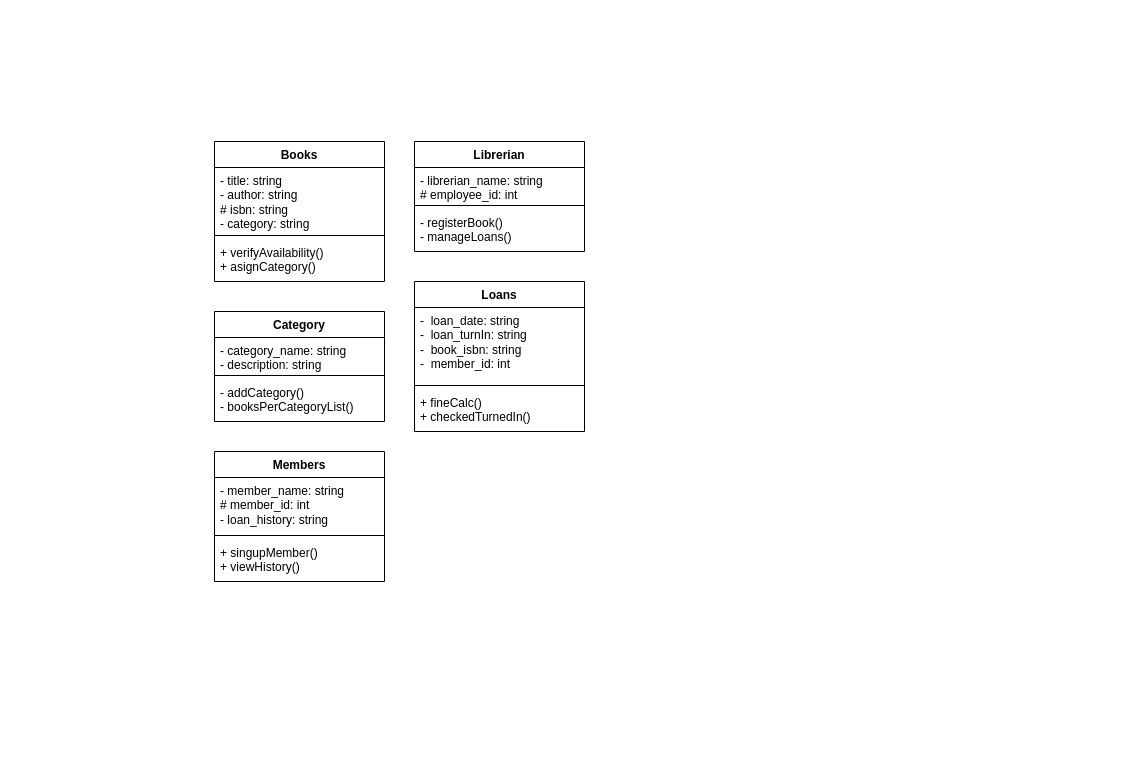
The draw.io diagram ut4/Pruebas draw.io/biblioteca.drawio in Alex-Doga/etsdam_alejandro, before the edit. Source tidied: cells renumbered, new cells numbered last; positions are measured from the earlier drawing's top-left corner, leaving out a move shared by most shapes. Both pictures are drawn from the tidied source at 100%, with x=0, y=0 at pixel (214, 141).
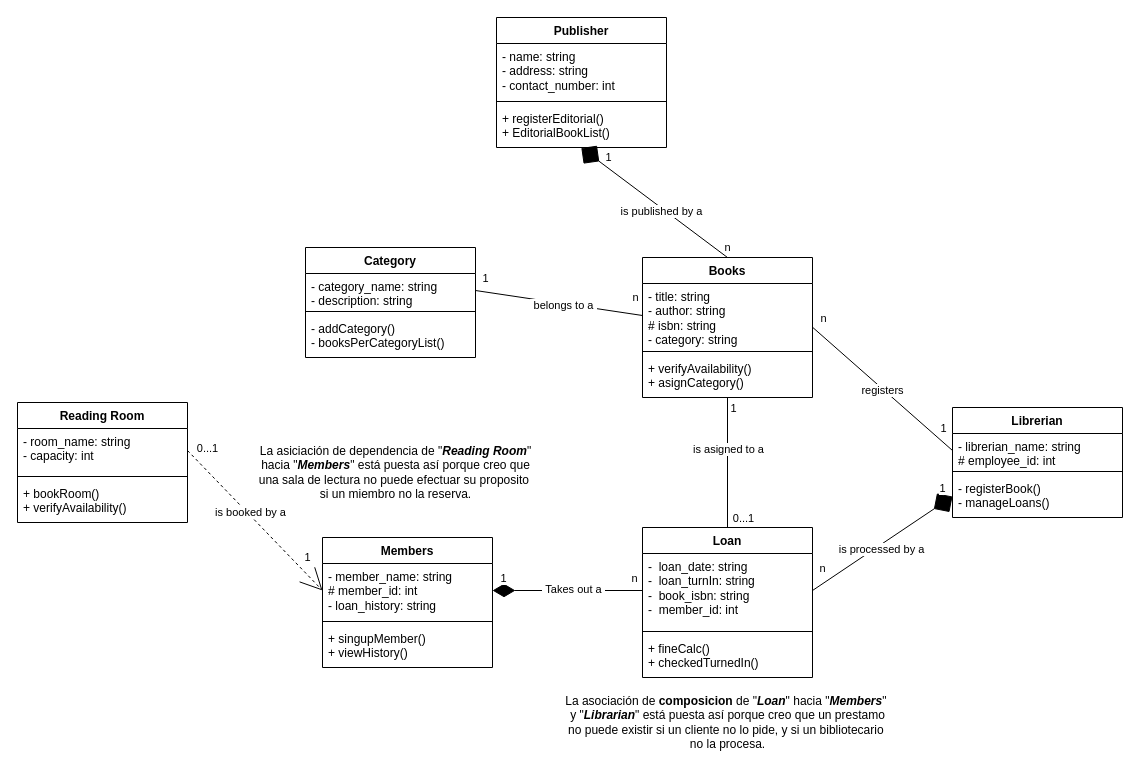
After the change.

Commit message:
Diagrama de clases de la libreria - TERMINADO

The change refers to these unchanged cells:
```xml
<mxCell id="3" value="- title: string&lt;div&gt;- author: string&lt;/div&gt;&lt;div&gt;# isbn: string&lt;/div&gt;&lt;div&gt;- category: string&lt;/div&gt;" style="text;strokeColor=none;fillColor=none;align=left;verticalAlign=top;spacingLeft=4;spacingRight=4;overflow=hidden;points=[[0,0.5],[1,0.5]];portConstraint=eastwest;whiteSpace=wrap;html=1;" parent="2" vertex="1">
  <mxGeometry y="26" width="170" height="64" as="geometry" />
</mxCell>
<mxCell id="5" value="+ verifyAvailability()&lt;div&gt;+ asignCategory()&lt;/div&gt;" style="text;strokeColor=none;fillColor=none;align=left;verticalAlign=top;spacingLeft=4;spacingRight=4;overflow=hidden;points=[[0,0.5],[1,0.5]];portConstraint=eastwest;whiteSpace=wrap;html=1;" parent="2" vertex="1">
  <mxGeometry y="98" width="170" height="42" as="geometry" />
</mxCell>
<mxCell id="7" value="- member_name: string&lt;div&gt;# member_id: int&lt;/div&gt;&lt;div&gt;- loan_history: string&lt;/div&gt;" style="text;strokeColor=none;fillColor=none;align=left;verticalAlign=top;spacingLeft=4;spacingRight=4;overflow=hidden;points=[[0,0.5],[1,0.5]];portConstraint=eastwest;whiteSpace=wrap;html=1;" parent="6" vertex="1">
  <mxGeometry y="26" width="170" height="54" as="geometry" />
</mxCell>
<mxCell id="11" value="-&amp;nbsp; loan_date: string&amp;nbsp;&lt;div&gt;-&amp;nbsp; loan_turnIn: string&lt;/div&gt;&lt;div&gt;-&amp;nbsp; book_isbn: string&lt;/div&gt;&lt;div&gt;-&amp;nbsp; member_id: int&amp;nbsp;&lt;/div&gt;" style="text;strokeColor=none;fillColor=none;align=left;verticalAlign=top;spacingLeft=4;spacingRight=4;overflow=hidden;points=[[0,0.5],[1,0.5]];portConstraint=eastwest;whiteSpace=wrap;html=1;" parent="10" vertex="1">
  <mxGeometry y="26" width="170" height="74" as="geometry" />
</mxCell>
<mxCell id="15" value="- librerian_name: string&lt;div&gt;# employee_id: int&lt;/div&gt;" style="text;strokeColor=none;fillColor=none;align=left;verticalAlign=top;spacingLeft=4;spacingRight=4;overflow=hidden;points=[[0,0.5],[1,0.5]];portConstraint=eastwest;whiteSpace=wrap;html=1;" parent="14" vertex="1">
  <mxGeometry y="26" width="170" height="34" as="geometry" />
</mxCell>
<mxCell id="17" value="- registerBook()&lt;div&gt;- manageLoans()&lt;/div&gt;" style="text;strokeColor=none;fillColor=none;align=left;verticalAlign=top;spacingLeft=4;spacingRight=4;overflow=hidden;points=[[0,0.5],[1,0.5]];portConstraint=eastwest;whiteSpace=wrap;html=1;" parent="14" vertex="1">
  <mxGeometry y="68" width="170" height="42" as="geometry" />
</mxCell>
<mxCell id="19" value="- category_name: string&lt;div&gt;- description: string&lt;/div&gt;" style="text;strokeColor=none;fillColor=none;align=left;verticalAlign=top;spacingLeft=4;spacingRight=4;overflow=hidden;points=[[0,0.5],[1,0.5]];portConstraint=eastwest;whiteSpace=wrap;html=1;" parent="18" vertex="1">
  <mxGeometry y="26" width="170" height="34" as="geometry" />
</mxCell>
```

Diff of the diagram source:
```diff
@@
     <mxCell id="2" value="Books" style="swimlane;fontStyle=1;align=center;verticalAlign=top;horizontal=1;startSize=26;whiteSpace=wrap;html=1;" parent="1" vertex="1">
-      <mxGeometry width="170" height="140" as="geometry" />
+      <mxGeometry x="428" y="116" width="170" height="140" as="geometry" />
     </mxCell>
@@
     <mxCell id="6" value="Members" style="swimlane;fontStyle=1;align=center;verticalAlign=top;horizontal=1;startSize=26;whiteSpace=wrap;html=1;" parent="1" vertex="1">
-      <mxGeometry y="310" width="170" height="130" as="geometry" />
+      <mxGeometry x="108" y="396" width="170" height="130" as="geometry" />
     </mxCell>
@@
-    <mxCell id="10" value="Loans" style="swimlane;fontStyle=1;align=center;verticalAlign=top;horizontal=1;startSize=26;whiteSpace=wrap;html=1;" parent="1" vertex="1">
-      <mxGeometry x="200" y="140" width="170" height="150" as="geometry" />
+    <mxCell id="10" value="Loan" style="swimlane;fontStyle=1;align=center;verticalAlign=top;horizontal=1;startSize=26;whiteSpace=wrap;html=1;" parent="1" vertex="1">
+      <mxGeometry x="428" y="386" width="170" height="150" as="geometry" />
     </mxCell>
@@
     <mxCell id="14" value="Librerian" style="swimlane;fontStyle=1;align=center;verticalAlign=top;horizontal=1;startSize=26;whiteSpace=wrap;html=1;" parent="1" vertex="1">
-      <mxGeometry x="200" width="170" height="110" as="geometry" />
+      <mxGeometry x="738" y="266" width="170" height="110" as="geometry" />
     </mxCell>
@@
     <mxCell id="18" value="Category" style="swimlane;fontStyle=1;align=center;verticalAlign=top;horizontal=1;startSize=26;whiteSpace=wrap;html=1;" parent="1" vertex="1">
-      <mxGeometry y="170" width="170" height="110" as="geometry" />
+      <mxGeometry x="91" y="106" width="170" height="110" as="geometry" />
     </mxCell>
@@
+    <mxCell id="22" value="Publisher" style="swimlane;fontStyle=1;align=center;verticalAlign=top;horizontal=1;startSize=26;whiteSpace=wrap;html=1;" parent="1" vertex="1">
+      <mxGeometry x="282" y="-124" width="170" height="130" as="geometry" />
+    </mxCell>
+    <mxCell id="23" value="- name: string&lt;div&gt;- address: string&lt;/div&gt;&lt;div&gt;- contact_number: int&lt;/div&gt;" style="text;strokeColor=none;fillColor=none;align=left;verticalAlign=top;spacingLeft=4;spacingRight=4;overflow=hidden;whiteSpace=wrap;html=1;" parent="22" vertex="1">
+      <mxGeometry y="26" width="170" height="54" as="geometry" />
+    </mxCell>
+    <mxCell id="24" style="line;strokeWidth=1;fillColor=none;align=left;verticalAlign=middle;spacingTop=-1;spacingLeft=3;spacingRight=3;labelPosition=right;strokeColor=inherit;" parent="22" vertex="1">
+      <mxGeometry y="80" width="170" height="8" as="geometry" />
+    </mxCell>
+    <mxCell id="25" value="+ registerEditorial()&lt;div&gt;+ EditorialBookList()&lt;/div&gt;" style="text;strokeColor=none;fillColor=none;align=left;verticalAlign=top;spacingLeft=4;spacingRight=4;overflow=hidden;points=[[0,0.5],[1,0.5]];portConstraint=eastwest;whiteSpace=wrap;html=1;" parent="22" vertex="1">
+      <mxGeometry y="88" width="170" height="42" as="geometry" />
+    </mxCell>
+    <mxCell id="26" value="Reading Room" style="swimlane;fontStyle=1;align=center;verticalAlign=top;horizontal=1;startSize=26;whiteSpace=wrap;html=1;" parent="1" vertex="1">
+      <mxGeometry x="-197" y="261" width="170" height="120" as="geometry" />
+    </mxCell>
+    <mxCell id="27" value="- room_name: string&lt;div&gt;- capacity: int&lt;/div&gt;" style="text;strokeColor=none;fillColor=none;align=left;verticalAlign=top;spacingLeft=4;spacingRight=4;overflow=hidden;points=[[0,0.5],[1,0.5]];portConstraint=eastwest;whiteSpace=wrap;html=1;" parent="26" vertex="1">
+      <mxGeometry y="26" width="170" height="44" as="geometry" />
+    </mxCell>
+    <mxCell id="28" style="line;strokeWidth=1;fillColor=none;align=left;verticalAlign=middle;spacingTop=-1;spacingLeft=3;spacingRight=3;labelPosition=right;strokeColor=inherit;" parent="26" vertex="1">
+      <mxGeometry y="70" width="170" height="8" as="geometry" />
+    </mxCell>
+    <mxCell id="29" value="+ bookRoom()&lt;div&gt;+ verifyAvailability()&lt;/div&gt;" style="text;strokeColor=none;fillColor=none;align=left;verticalAlign=top;spacingLeft=4;spacingRight=4;overflow=hidden;whiteSpace=wrap;html=1;" parent="26" vertex="1">
+      <mxGeometry y="78" width="170" height="42" as="geometry" />
+    </mxCell>
+    <mxCell id="30" style="edgeStyle=none;html=1;exitX=1;exitY=0.5;exitDx=0;exitDy=0;entryX=0;entryY=0.5;entryDx=0;entryDy=0;endArrow=none;endFill=0;endSize=20;startSize=20;startArrow=diamondThin;startFill=1;targetPerimeterSpacing=0;shadow=0;" parent="1" edge="1" source="7" target="11">
+      <mxGeometry relative="1" as="geometry" />
+    </mxCell>
+    <mxCell id="31" value="&amp;nbsp;Takes out a&amp;nbsp;" style="edgeLabel;html=1;align=center;verticalAlign=middle;" parent="30" vertex="1">
+      <mxGeometry x="0.03" y="2" relative="1" as="geometry">
+        <mxPoint x="3" as="offset" />
+      </mxGeometry>
+    </mxCell>
+    <mxCell id="32" value="1" style="edgeLabel;html=1;align=center;verticalAlign=middle;" parent="30" vertex="1">
+      <mxGeometry x="-0.86" y="2" relative="1" as="geometry">
+        <mxPoint x="-1" y="-11" as="offset" />
+      </mxGeometry>
+    </mxCell>
+    <mxCell id="33" value="n" style="edgeLabel;html=1;align=center;verticalAlign=middle;" parent="30" vertex="1">
+      <mxGeometry x="0.66" relative="1" as="geometry">
+        <mxPoint x="16" y="-13" as="offset" />
+      </mxGeometry>
+    </mxCell>
+    <mxCell id="34" style="edgeStyle=none;html=1;exitX=0.5;exitY=0;exitDx=0;exitDy=0;entryX=0.5;entryY=1;entryDx=0;entryDy=0;entryPerimeter=0;endSize=20;startSize=20;endArrow=none;endFill=0;" parent="1" edge="1" source="10" target="5">
+      <mxGeometry relative="1" as="geometry" />
+    </mxCell>
+    <mxCell id="35" value="is asigned to a" style="edgeLabel;html=1;align=center;verticalAlign=middle;" parent="34" vertex="1">
+      <mxGeometry x="0.21" relative="1" as="geometry" />
+    </mxCell>
+    <mxCell id="36" value="1" style="edgeLabel;html=1;align=center;verticalAlign=middle;" parent="34" vertex="1">
+      <mxGeometry x="0.77" y="2" relative="1" as="geometry">
+        <mxPoint x="7" y="-5" as="offset" />
+      </mxGeometry>
+    </mxCell>
+    <mxCell id="37" value="0...1" style="edgeLabel;html=1;align=center;verticalAlign=middle;" parent="34" vertex="1">
+      <mxGeometry x="-0.61" y="3" relative="1" as="geometry">
+        <mxPoint x="18" y="15" as="offset" />
+      </mxGeometry>
+    </mxCell>
+    <mxCell id="38" style="edgeStyle=none;html=1;exitX=1;exitY=0.5;exitDx=0;exitDy=0;entryX=0;entryY=0.5;entryDx=0;entryDy=0;endArrow=diamond;endFill=1;endSize=20;" parent="1" edge="1" source="11" target="17">
+      <mxGeometry relative="1" as="geometry" />
+    </mxCell>
+    <mxCell id="39" value="is processed by a" style="edgeLabel;html=1;align=center;verticalAlign=middle;" parent="38" vertex="1">
+      <mxGeometry x="-0.05" y="-4" relative="1" as="geometry" />
+    </mxCell>
+    <mxCell id="40" value="n" style="edgeLabel;html=1;align=center;verticalAlign=middle;" parent="38" vertex="1">
+      <mxGeometry x="-0.82" y="-2" relative="1" as="geometry">
+        <mxPoint x="-4" y="-16" as="offset" />
+      </mxGeometry>
+    </mxCell>
+    <mxCell id="41" value="1" style="edgeLabel;html=1;align=center;verticalAlign=middle;" parent="38" vertex="1">
+      <mxGeometry x="0.58" y="-4" relative="1" as="geometry">
+        <mxPoint x="17" y="-32" as="offset" />
+      </mxGeometry>
+    </mxCell>
+    <mxCell id="42" value="La asociación de &lt;b&gt;composicion&lt;/b&gt; de &quot;&lt;b&gt;&lt;i&gt;Loan&lt;/i&gt;&lt;/b&gt;&quot; hacia &quot;&lt;b&gt;&lt;i&gt;Members&lt;/i&gt;&lt;/b&gt;&quot;&amp;nbsp;&lt;div&gt;y &quot;&lt;i&gt;&lt;b&gt;Librarian&lt;/b&gt;&lt;/i&gt;&quot; está puesta así&amp;nbsp;&lt;span style=&quot;background-color: transparent;&quot;&gt;porque creo que un prestamo&lt;/span&gt;&lt;/div&gt;&lt;div&gt;&lt;span style=&quot;background-color: transparent;&quot;&gt;no&amp;nbsp;&lt;/span&gt;&lt;span style=&quot;background-color: transparent;&quot;&gt;puede existir si un cliente no lo pide, y si un bibliotecario&amp;nbsp;&lt;/span&gt;&lt;/div&gt;&lt;div&gt;&lt;span style=&quot;background-color: transparent;&quot;&gt;n&lt;/span&gt;&lt;span style=&quot;background-color: transparent;&quot;&gt;o la procesa.&lt;/span&gt;&lt;/div&gt;" style="text;html=1;align=center;verticalAlign=middle;strokeColor=none;fillColor=none;" parent="1" vertex="1">
+      <mxGeometry x="338" y="546" width="350" height="70" as="geometry" />
+    </mxCell>
+    <mxCell id="43" style="edgeStyle=none;html=1;exitX=0;exitY=0.5;exitDx=0;exitDy=0;entryX=0.997;entryY=0.676;entryDx=0;entryDy=0;entryPerimeter=0;endArrow=none;endFill=0;" parent="1" edge="1" source="15" target="3">
+      <mxGeometry relative="1" as="geometry" />
+    </mxCell>
+    <mxCell id="44" value="registers" style="edgeLabel;html=1;align=center;verticalAlign=middle;" parent="43" vertex="1">
+      <mxGeometry x="-0.01" y="1" relative="1" as="geometry" />
+    </mxCell>
+    <mxCell id="45" value="n" style="edgeLabel;html=1;align=center;verticalAlign=middle;" parent="43" vertex="1">
+      <mxGeometry x="0.6" y="2" relative="1" as="geometry">
+        <mxPoint x="-16" y="-35" as="offset" />
+      </mxGeometry>
+    </mxCell>
+    <mxCell id="46" value="1" style="edgeLabel;html=1;align=center;verticalAlign=middle;" parent="43" vertex="1">
+      <mxGeometry x="-0.76" y="-4" relative="1" as="geometry">
+        <mxPoint x="4" y="-5" as="offset" />
+      </mxGeometry>
+    </mxCell>
+    <mxCell id="47" style="edgeStyle=none;html=1;exitX=0.5;exitY=0;exitDx=0;exitDy=0;entryX=0.499;entryY=1.011;entryDx=0;entryDy=0;entryPerimeter=0;endArrow=diamond;endFill=1;endSize=20;" parent="1" edge="1" source="2" target="25">
+      <mxGeometry relative="1" as="geometry" />
+    </mxCell>
+    <mxCell id="48" value="is published by a" style="edgeLabel;html=1;align=center;verticalAlign=middle;" parent="47" vertex="1">
+      <mxGeometry x="-0.11" y="2" relative="1" as="geometry" />
+    </mxCell>
+    <mxCell id="49" value="1" style="edgeLabel;html=1;align=center;verticalAlign=middle;" parent="47" vertex="1">
+      <mxGeometry x="-0.68" y="-1" relative="1" as="geometry">
+        <mxPoint x="-97" y="-82" as="offset" />
+      </mxGeometry>
+    </mxCell>
+    <mxCell id="50" value="n" style="edgeLabel;html=1;align=center;verticalAlign=middle;" parent="47" vertex="1">
+      <mxGeometry x="-0.7" y="1" relative="1" as="geometry">
+        <mxPoint x="22" y="5" as="offset" />
+      </mxGeometry>
+    </mxCell>
+    <mxCell id="51" style="edgeStyle=none;html=1;exitX=1;exitY=0.5;exitDx=0;exitDy=0;entryX=0;entryY=0.5;entryDx=0;entryDy=0;dashed=1;endSize=20;endArrow=open;endFill=0;" parent="1" edge="1" source="27" target="7">
+      <mxGeometry relative="1" as="geometry" />
+    </mxCell>
+    <mxCell id="52" value="&amp;nbsp;is booked by a&amp;nbsp;" style="edgeLabel;html=1;align=center;verticalAlign=middle;" parent="51" vertex="1">
+      <mxGeometry x="-0.1" y="2" relative="1" as="geometry" />
+    </mxCell>
+    <mxCell id="53" value="1" style="edgeLabel;html=1;align=center;verticalAlign=middle;" parent="51" vertex="1">
+      <mxGeometry x="-0.84" y="1" relative="1" as="geometry">
+        <mxPoint x="108" y="96" as="offset" />
+      </mxGeometry>
+    </mxCell>
+    <mxCell id="54" value="0...1" style="edgeLabel;html=1;align=center;verticalAlign=middle;" parent="51" vertex="1">
+      <mxGeometry x="-0.78" relative="1" as="geometry">
+        <mxPoint x="5" y="-18" as="offset" />
+      </mxGeometry>
+    </mxCell>
+    <mxCell id="55" value="La asiciación de dependencia de &quot;&lt;b&gt;&lt;i&gt;Reading&lt;/i&gt;&lt;/b&gt; &lt;b&gt;&lt;i style=&quot;&quot;&gt;Room&lt;/i&gt;&lt;/b&gt;&quot;&lt;div&gt;&amp;nbsp;hacia&amp;nbsp;&lt;span style=&quot;background-color: transparent;&quot;&gt;&quot;&lt;/span&gt;&lt;b style=&quot;background-color: transparent;&quot;&gt;&lt;i&gt;Members&lt;/i&gt;&lt;/b&gt;&lt;span style=&quot;background-color: transparent;&quot;&gt;&quot; está puesta así porque creo que&amp;nbsp;&lt;/span&gt;&lt;/div&gt;&lt;div&gt;&lt;span style=&quot;background-color: transparent;&quot;&gt;una sala de lectura&amp;nbsp;&lt;/span&gt;&lt;span style=&quot;background-color: transparent;&quot;&gt;no puede efectuar su proposito&amp;nbsp;&lt;/span&gt;&lt;/div&gt;&lt;div&gt;&lt;span style=&quot;background-color: transparent;&quot;&gt;si un miembro no la reserva.&lt;/span&gt;&lt;/div&gt;" style="text;html=1;align=center;verticalAlign=middle;strokeColor=none;fillColor=none;" parent="1" vertex="1">
+      <mxGeometry x="31" y="296" width="300" height="70" as="geometry" />
+    </mxCell>
+    <mxCell id="56" style="edgeStyle=none;html=1;exitX=1;exitY=0.5;exitDx=0;exitDy=0;endArrow=none;endFill=0;" parent="1" edge="1" source="19">
+      <mxGeometry relative="1" as="geometry">
+        <mxPoint x="428" y="174" as="targetPoint" />
+      </mxGeometry>
+    </mxCell>
+    <mxCell id="57" value="&amp;nbsp;belongs to a&amp;nbsp;" style="edgeLabel;html=1;align=center;verticalAlign=middle;" parent="56" vertex="1">
+      <mxGeometry x="0.06" y="-1" relative="1" as="geometry" />
+    </mxCell>
+    <mxCell id="58" value="1" style="edgeLabel;html=1;align=center;verticalAlign=middle;" parent="56" vertex="1">
+      <mxGeometry x="-0.82" y="1" relative="1" as="geometry">
+        <mxPoint x="-5" y="-14" as="offset" />
+      </mxGeometry>
+    </mxCell>
+    <mxCell id="59" value="n" style="edgeLabel;html=1;align=center;verticalAlign=middle;" parent="56" vertex="1">
+      <mxGeometry x="0.81" y="3" relative="1" as="geometry">
+        <mxPoint x="8" y="-13" as="offset" />
+      </mxGeometry>
+    </mxCell>
```
